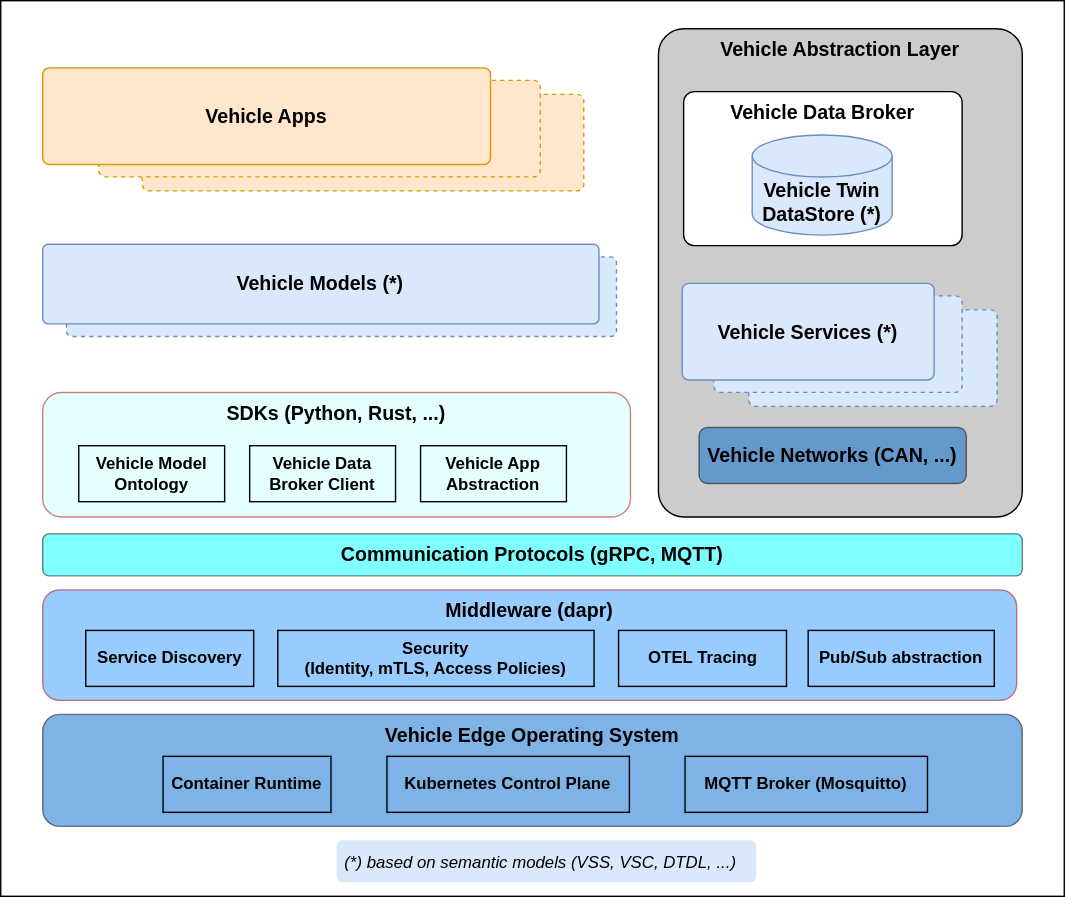
eclipse-velocitas/velocitas-docs keeps this draw.io diagram as static/assets/programming_model.drawio.svg. Above is the earlier version. Source tidied: cells renumbered, new cells last; positions are measured from the earlier drawing's top-left corner, leaving out a move shared by most shapes. The source it was exported from:
```xml
<mxGraphModel>
  <root>
    <mxCell id="0" />
    <mxCell id="1" parent="0" />
    <mxCell id="2" style="rounded=0;whiteSpace=wrap;html=1;fontColor=#333333;strokeColor=default;fillColor=none;verticalAlign=top;labelPosition=center;verticalLabelPosition=middle;align=left;fontStyle=1;fontSize=16;" parent="1" vertex="1">
      <mxGeometry width="760" height="640" as="geometry" />
    </mxCell>
    <mxCell id="3" value="Vehicle Abstraction Layer" style="rounded=1;whiteSpace=wrap;html=1;arcSize=7;verticalAlign=top;fillColor=#CCCCCC;fontStyle=1;fontSize=14;" parent="1" vertex="1">
      <mxGeometry x="470" y="20" width="260" height="349" as="geometry" />
    </mxCell>
    <mxCell id="4" value="Communication Protocols (gRPC, MQTT)" style="whiteSpace=wrap;html=1;fillColor=#00FFFF;strokeColor=#000000;fontColor=#000000;opacity=50;verticalAlign=top;rounded=1;fontStyle=1;fontSize=14;" parent="1" vertex="1">
      <mxGeometry x="30" y="381" width="700" height="30" as="geometry" />
    </mxCell>
    <mxCell id="5" value="SDKs (Python, Rust, ...)" style="whiteSpace=wrap;html=1;fillColor=#CCFFFF;strokeColor=#B20000;fontColor=#000000;opacity=50;verticalAlign=top;rounded=1;fontStyle=1;fontSize=14;" parent="1" vertex="1">
      <mxGeometry x="30" y="280" width="420" height="89" as="geometry" />
    </mxCell>
    <mxCell id="6" value="Vehicle Data Broker" style="rounded=1;whiteSpace=wrap;html=1;arcSize=7;verticalAlign=top;fontStyle=1;fontSize=14;" parent="1" vertex="1">
      <mxGeometry x="488" y="65" width="199" height="110" as="geometry" />
    </mxCell>
    <mxCell id="7" value="Vehicle Twin&lt;br style=&quot;font-size: 14px&quot;&gt;DataStore (*)" style="shape=cylinder3;whiteSpace=wrap;html=1;boundedLbl=1;backgroundOutline=1;size=15;fillColor=#dae8fc;strokeColor=#6c8ebf;fontStyle=1;fontSize=14;" parent="1" vertex="1">
      <mxGeometry x="537" y="96" width="100" height="71.5" as="geometry" />
    </mxCell>
    <mxCell id="8" style="group;fillColor=none;strokeColor=none;verticalAlign=middle;fontStyle=1;fontSize=14;" parent="1" vertex="1">
      <mxGeometry x="487" y="202" width="225" height="87.9" as="geometry" />
    </mxCell>
    <mxCell id="9" value="Vehicle Service" style="rounded=1;whiteSpace=wrap;html=1;arcSize=7;verticalAlign=top;dashed=1;fillColor=#dae8fc;strokeColor=#6c8ebf;fontStyle=1;fontSize=14;" parent="8" vertex="1">
      <mxGeometry x="47.5" y="18.9" width="177.5" height="69" as="geometry" />
    </mxCell>
    <mxCell id="10" value="Vehicle Service" style="rounded=1;whiteSpace=wrap;html=1;arcSize=7;verticalAlign=top;dashed=1;fillColor=#dae8fc;strokeColor=#6c8ebf;fontStyle=1;fontSize=14;" parent="8" vertex="1">
      <mxGeometry x="22.5" y="8.9" width="177.5" height="69" as="geometry" />
    </mxCell>
    <mxCell id="11" value="Vehicle Services (*)" style="rounded=1;whiteSpace=wrap;html=1;arcSize=7;verticalAlign=middle;fillColor=#dae8fc;strokeColor=#6c8ebf;fontStyle=1;fontSize=14;" parent="8" vertex="1">
      <mxGeometry width="180" height="69" as="geometry" />
    </mxCell>
    <mxCell id="12" style="group;fillColor=none;strokeColor=none;fontStyle=1;fontSize=14;" parent="1" vertex="1">
      <mxGeometry x="30" y="48" width="400" height="87.9" as="geometry" />
    </mxCell>
    <mxCell id="13" value="Vehicle Service" style="rounded=1;whiteSpace=wrap;html=1;arcSize=7;verticalAlign=top;dashed=1;fillColor=#ffe6cc;strokeColor=#d79b00;fontStyle=1;fontSize=14;" parent="12" vertex="1">
      <mxGeometry x="71.1" y="18.9" width="315.6" height="69" as="geometry" />
    </mxCell>
    <mxCell id="14" value="Vehicle Service" style="rounded=1;whiteSpace=wrap;html=1;arcSize=7;verticalAlign=top;dashed=1;fillColor=#ffe6cc;strokeColor=#d79b00;fontStyle=1;fontSize=14;" parent="12" vertex="1">
      <mxGeometry x="40" y="8.9" width="315.6" height="69" as="geometry" />
    </mxCell>
    <mxCell id="15" value="Vehicle Apps" style="rounded=1;whiteSpace=wrap;html=1;arcSize=7;verticalAlign=middle;fillColor=#ffe6cc;strokeColor=#d79b00;fontStyle=1;fontSize=14;" parent="12" vertex="1">
      <mxGeometry width="320" height="69" as="geometry" />
    </mxCell>
    <mxCell id="16" value="Middleware (dapr)" style="whiteSpace=wrap;html=1;fillColor=#3399FF;strokeColor=#B20000;fontColor=#000000;opacity=50;verticalAlign=top;rounded=1;fontStyle=1;fontSize=14;" parent="1" vertex="1">
      <mxGeometry x="30" y="421" width="696" height="79" as="geometry" />
    </mxCell>
    <mxCell id="17" value="Vehicle Edge Operating System" style="whiteSpace=wrap;html=1;fillColor=#0066CC;strokeColor=#000000;fontColor=#000000;opacity=50;verticalAlign=top;rounded=1;fontStyle=1;fontSize=14;" parent="1" vertex="1">
      <mxGeometry x="30" y="510" width="700" height="80" as="geometry" />
    </mxCell>
    <mxCell id="18" value="Service Discovery" style="rounded=0;whiteSpace=wrap;html=1;fontSize=12;fontColor=#000000;strokeColor=default;fillColor=none;fontStyle=1;" parent="1" vertex="1">
      <mxGeometry x="60.8" y="450" width="120" height="40" as="geometry" />
    </mxCell>
    <mxCell id="19" value="Security &lt;br style=&quot;font-size: 12px;&quot;&gt;(Identity, mTLS, Access Policies)" style="rounded=0;whiteSpace=wrap;html=1;fontSize=12;fontColor=#000000;strokeColor=default;fillColor=none;fontStyle=1;" parent="1" vertex="1">
      <mxGeometry x="198" y="450" width="226" height="40" as="geometry" />
    </mxCell>
    <mxCell id="20" value="OTEL Tracing" style="rounded=0;whiteSpace=wrap;html=1;fontSize=12;fontColor=#000000;strokeColor=default;fillColor=none;fontStyle=1;" parent="1" vertex="1">
      <mxGeometry x="441.5" y="450" width="120" height="40" as="geometry" />
    </mxCell>
    <mxCell id="21" value="Pub/Sub abstraction" style="rounded=0;whiteSpace=wrap;html=1;fontSize=12;fontColor=#000000;strokeColor=default;fillColor=none;fontStyle=1;" parent="1" vertex="1">
      <mxGeometry x="577" y="450" width="133" height="40" as="geometry" />
    </mxCell>
    <mxCell id="22" value="Container Runtime" style="rounded=0;whiteSpace=wrap;html=1;fontSize=12;fontColor=#000000;strokeColor=default;fillColor=none;fontStyle=1;" parent="1" vertex="1">
      <mxGeometry x="116" y="540" width="120" height="40" as="geometry" />
    </mxCell>
    <mxCell id="23" value="Kubernetes Control Plane" style="rounded=0;whiteSpace=wrap;html=1;fontSize=12;fontColor=#000000;strokeColor=default;fillColor=none;fontStyle=1;" parent="1" vertex="1">
      <mxGeometry x="276" y="540" width="173.2" height="40" as="geometry" />
    </mxCell>
    <mxCell id="24" value="MQTT Broker (Mosquitto)" style="rounded=0;whiteSpace=wrap;html=1;fontSize=12;fontColor=#000000;strokeColor=default;fillColor=none;fontStyle=1;" parent="1" vertex="1">
      <mxGeometry x="489" y="540" width="173.2" height="40" as="geometry" />
    </mxCell>
    <mxCell id="25" style="group;fontColor=#000000;" parent="1" vertex="1">
      <mxGeometry x="30" y="174" width="410" height="66" as="geometry" />
    </mxCell>
    <mxCell id="26" value="Vehicle Models" style="rounded=1;whiteSpace=wrap;html=1;arcSize=7;labelPosition=center;verticalLabelPosition=middle;align=center;verticalAlign=top;fillColor=#dae8fc;strokeColor=#6c8ebf;dashed=1;fontStyle=1;fontSize=14;" parent="25" vertex="1">
      <mxGeometry x="16.9" y="9.1" width="393.1" height="56.9" as="geometry" />
    </mxCell>
    <mxCell id="27" value="Vehicle Models (*)" style="rounded=1;whiteSpace=wrap;html=1;arcSize=7;labelPosition=center;verticalLabelPosition=middle;align=center;verticalAlign=middle;fillColor=#dae8fc;strokeColor=#6c8ebf;fontStyle=1;fontSize=14;" parent="25" vertex="1">
      <mxGeometry width="397.5" height="56.9" as="geometry" />
    </mxCell>
    <mxCell id="28" value="Vehicle Model Ontology" style="rounded=0;whiteSpace=wrap;html=1;fontSize=12;fontColor=#000000;strokeColor=default;fillColor=none;fontStyle=1;" parent="1" vertex="1">
      <mxGeometry x="55.8" y="318" width="104.2" height="40" as="geometry" />
    </mxCell>
    <mxCell id="29" value="Vehicle Data Broker Client" style="rounded=0;whiteSpace=wrap;html=1;fontSize=12;fontColor=#000000;strokeColor=default;fillColor=none;fontStyle=1;" parent="1" vertex="1">
      <mxGeometry x="177.9" y="318" width="104.2" height="40" as="geometry" />
    </mxCell>
    <mxCell id="30" value="Vehicle App Abstraction" style="rounded=0;whiteSpace=wrap;html=1;fontSize=12;fontColor=#000000;strokeColor=default;fillColor=none;fontStyle=1;" parent="1" vertex="1">
      <mxGeometry x="300" y="318" width="104.2" height="40" as="geometry" />
    </mxCell>
    <mxCell id="31" value="(*) based on semantic models (VSS, VSC, DTDL, ...)" style="text;strokeColor=none;fillColor=#dae8fc;align=left;verticalAlign=middle;spacingLeft=4;spacingRight=4;overflow=hidden;rounded=1;fontSize=12;fontStyle=2;" parent="1" vertex="1">
      <mxGeometry x="240" y="600" width="300" height="30" as="geometry" />
    </mxCell>
    <mxCell id="32" value="Vehicle Networks (CAN, ...)" style="rounded=1;whiteSpace=wrap;html=1;fontSize=14;fontColor=#000000;strokeColor=#000000;fillColor=#0066CC;fontStyle=1;verticalAlign=middle;opacity=50;" parent="1" vertex="1">
      <mxGeometry x="499" y="305" width="191" height="40" as="geometry" />
    </mxCell>
  </root>
</mxGraphModel>
```
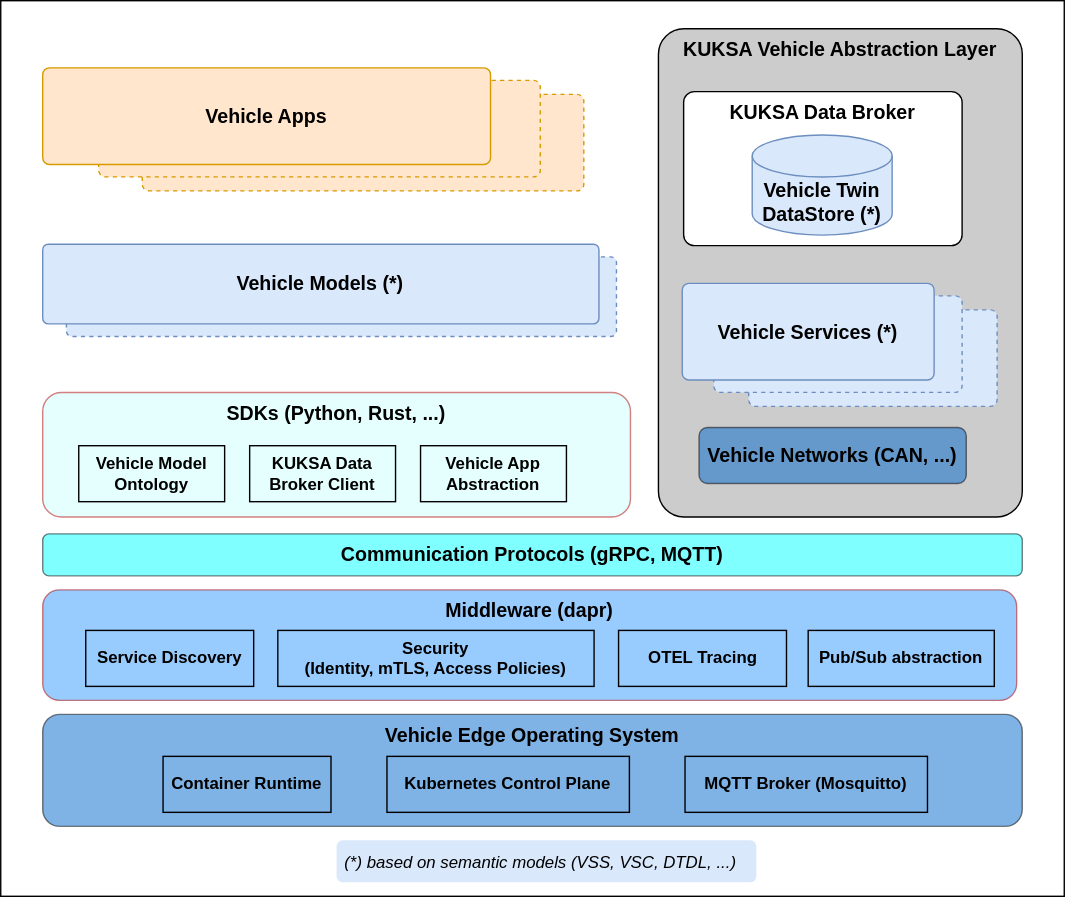
Later version of the same file.

Diff of the diagram source:
```diff
@@ -5,7 +5,7 @@
     <mxCell id="2" style="rounded=0;whiteSpace=wrap;html=1;fontColor=#333333;strokeColor=default;fillColor=none;verticalAlign=top;labelPosition=center;verticalLabelPosition=middle;align=left;fontStyle=1;fontSize=16;" parent="1" vertex="1">
       <mxGeometry width="760" height="640" as="geometry" />
     </mxCell>
-    <mxCell id="3" value="Vehicle Abstraction Layer" style="rounded=1;whiteSpace=wrap;html=1;arcSize=7;verticalAlign=top;fillColor=#CCCCCC;fontStyle=1;fontSize=14;" parent="1" vertex="1">
+    <mxCell id="3" value="KUKSA Vehicle Abstraction Layer" style="rounded=1;whiteSpace=wrap;html=1;arcSize=7;verticalAlign=top;fillColor=#CCCCCC;fontStyle=1;fontSize=14;" parent="1" vertex="1">
       <mxGeometry x="470" y="20" width="260" height="349" as="geometry" />
     </mxCell>
     <mxCell id="4" value="Communication Protocols (gRPC, MQTT)" style="whiteSpace=wrap;html=1;fillColor=#00FFFF;strokeColor=#000000;fontColor=#000000;opacity=50;verticalAlign=top;rounded=1;fontStyle=1;fontSize=14;" parent="1" vertex="1">
@@ -14,7 +14,7 @@
     <mxCell id="5" value="SDKs (Python, Rust, ...)" style="whiteSpace=wrap;html=1;fillColor=#CCFFFF;strokeColor=#B20000;fontColor=#000000;opacity=50;verticalAlign=top;rounded=1;fontStyle=1;fontSize=14;" parent="1" vertex="1">
       <mxGeometry x="30" y="280" width="420" height="89" as="geometry" />
     </mxCell>
-    <mxCell id="6" value="Vehicle Data Broker" style="rounded=1;whiteSpace=wrap;html=1;arcSize=7;verticalAlign=top;fontStyle=1;fontSize=14;" parent="1" vertex="1">
+    <mxCell id="6" value="KUKSA Data Broker" style="rounded=1;whiteSpace=wrap;html=1;arcSize=7;verticalAlign=top;fontStyle=1;fontSize=14;" parent="1" vertex="1">
       <mxGeometry x="488" y="65" width="199" height="110" as="geometry" />
     </mxCell>
     <mxCell id="7" value="Vehicle Twin&lt;br style=&quot;font-size: 14px&quot;&gt;DataStore (*)" style="shape=cylinder3;whiteSpace=wrap;html=1;boundedLbl=1;backgroundOutline=1;size=15;fillColor=#dae8fc;strokeColor=#6c8ebf;fontStyle=1;fontSize=14;" parent="1" vertex="1">
@@ -83,7 +83,7 @@
     <mxCell id="28" value="Vehicle Model Ontology" style="rounded=0;whiteSpace=wrap;html=1;fontSize=12;fontColor=#000000;strokeColor=default;fillColor=none;fontStyle=1;" parent="1" vertex="1">
       <mxGeometry x="55.8" y="318" width="104.2" height="40" as="geometry" />
     </mxCell>
-    <mxCell id="29" value="Vehicle Data Broker Client" style="rounded=0;whiteSpace=wrap;html=1;fontSize=12;fontColor=#000000;strokeColor=default;fillColor=none;fontStyle=1;" parent="1" vertex="1">
+    <mxCell id="29" value="KUKSA Data Broker Client" style="rounded=0;whiteSpace=wrap;html=1;fontSize=12;fontColor=#000000;strokeColor=default;fillColor=none;fontStyle=1;" parent="1" vertex="1">
       <mxGeometry x="177.9" y="318" width="104.2" height="40" as="geometry" />
     </mxCell>
     <mxCell id="30" value="Vehicle App Abstraction" style="rounded=0;whiteSpace=wrap;html=1;fontSize=12;fontColor=#000000;strokeColor=default;fillColor=none;fontStyle=1;" parent="1" vertex="1">
```
